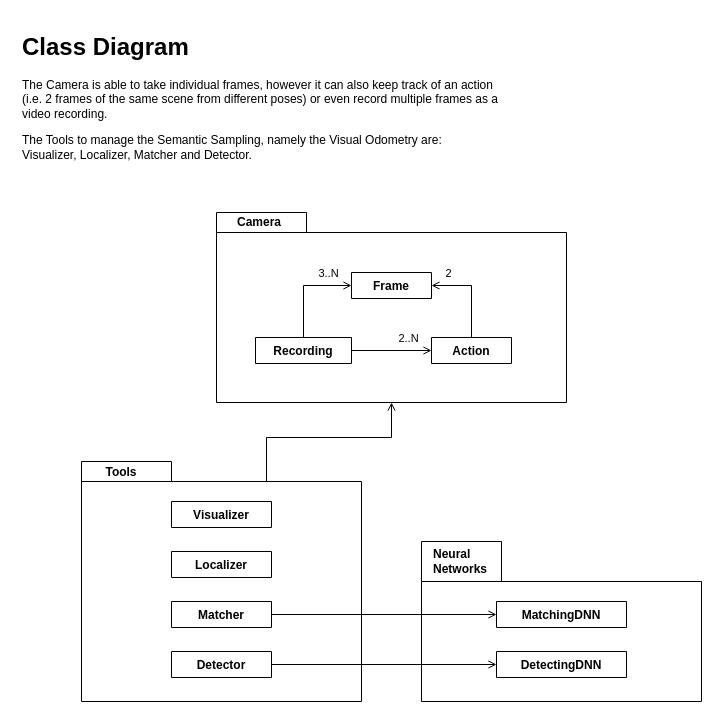
Above: page "Classes" (2 of 2) of Documents/diagrams.drawio in mirkousuelli/RGBD-Triplet-Patched-Localization (draw.io), before the change. Source tidied: cells renumbered, new cells numbered last; positions are measured from the earlier drawing's top-left corner, leaving out a move shared by most shapes. Both pictures are drawn from the tidied source at 100%, with x=0, y=0 at pixel (17, 27).
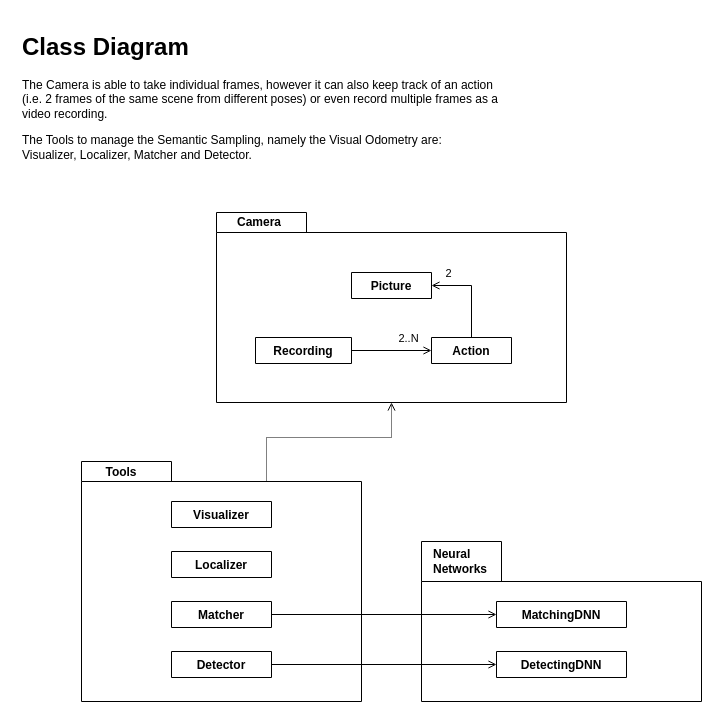
Above is the later version.

Unchanged cells that the change refers to:
```xml
<mxCell id="2" style="shape=folder;fontStyle=1;spacingTop=10;tabWidth=90;tabHeight=20;tabPosition=left;html=1;fillColor=none;" parent="1" vertex="1">
  <mxGeometry x="199" y="185" width="350" height="190" as="geometry" />
</mxCell>
<mxCell id="11" value="Recording" style="swimlane;fontStyle=1;align=center;verticalAlign=top;horizontal=1;startSize=26;fillColor=none;" parent="1" vertex="1" collapsed="1">
  <mxGeometry x="238" y="310" width="96" height="26" as="geometry" />
</mxCell>
<mxCell id="14" style="shape=folder;fontStyle=1;spacingTop=10;tabWidth=90;tabHeight=20;tabPosition=left;html=1;fillColor=none;" parent="1" vertex="1">
  <mxGeometry x="64" y="434" width="280" height="240" as="geometry" />
</mxCell>
```

The edit, as a diff of the source:
```diff
@@
-    <mxCell id="3" value="Frame" style="swimlane;fontStyle=1;align=center;verticalAlign=top;horizontal=1;startSize=26;fillColor=none;" parent="1" vertex="1" collapsed="1">
+    <mxCell id="3" value="Picture" style="swimlane;fontStyle=1;align=center;verticalAlign=top;horizontal=1;startSize=26;fillColor=none;" parent="1" vertex="1" collapsed="1">
       <mxGeometry x="334" y="245" width="80" height="26" as="geometry" />
     </mxCell>
@@
-    <mxCell id="9" style="edgeStyle=orthogonalEdgeStyle;rounded=0;jettySize=auto;html=1;exitX=0.5;exitY=0;exitDx=0;exitDy=0;entryX=0;entryY=0.5;entryDx=0;entryDy=0;endArrow=open;endFill=0;" parent="1" edge="1" source="11" target="3">
-      <mxGeometry relative="1" as="geometry" />
-    </mxCell>
-    <mxCell id="10" value="3..N" style="edgeLabel;html=1;align=center;verticalAlign=middle;" parent="9" vertex="1">
-      <mxGeometry x="0.39" y="-2" relative="1" as="geometry">
-        <mxPoint x="6" y="-15" as="offset" />
-      </mxGeometry>
-    </mxCell>
@@
-    <mxCell id="13" style="edgeStyle=orthogonalEdgeStyle;rounded=0;jettySize=auto;html=1;exitX=0;exitY=0;exitDx=185;exitDy=20;exitPerimeter=0;entryX=0.5;entryY=1;entryDx=0;entryDy=0;entryPerimeter=0;startArrow=none;startFill=0;endArrow=open;endFill=0;" parent="1" edge="1" source="14" target="2">
+    <mxCell id="13" style="edgeStyle=orthogonalEdgeStyle;rounded=0;jettySize=auto;html=1;exitX=0;exitY=0;exitDx=185;exitDy=20;exitPerimeter=0;entryX=0.5;entryY=1;entryDx=0;entryDy=0;entryPerimeter=0;startArrow=none;startFill=0;endArrow=open;endFill=0;dashed=1;dashPattern=1 1;" parent="1" edge="1" source="14" target="2">
       <mxGeometry relative="1" as="geometry">
         <Array as="points">
           <mxPoint x="249" y="410" />
           <mxPoint x="374" y="410" />
         </Array>
       </mxGeometry>
     </mxCell>
```
